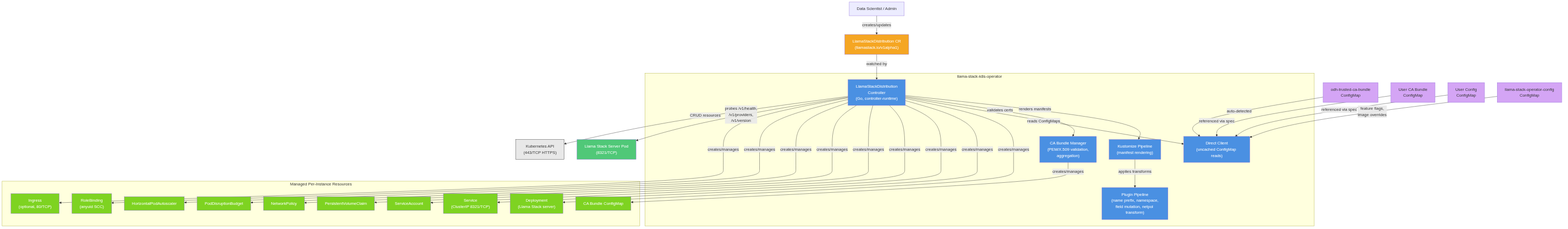
This is architecture/rhoai.next/diagrams/llama-stack-k8s-operator-component.png from rhuss/architecture-context, a Mermaid export, as it was before one commit. Its source is kept beside it as architecture/rhoai.next/diagrams/llama-stack-k8s-operator-component.mmd.
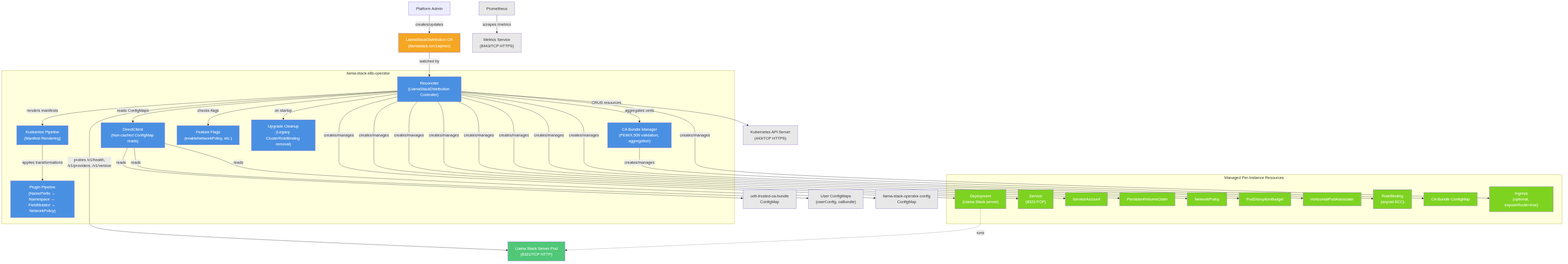
After the change.

Change to the diagram source:
```diff
@@ -1,23 +1,29 @@
 graph TB
     subgraph Operator["llama-stack-k8s-operator"]
-        Controller["LlamaStackDistribution<br/>Controller<br/>(Go, controller-runtime)"]
-        Kustomizer["Kustomize Pipeline<br/>(manifest rendering)"]
-        Plugins["Plugin Pipeline<br/>(name prefix, namespace,<br/>field mutation, netpol transform)"]
-        CAManager["CA Bundle Manager<br/>(PEM/X.509 validation,<br/>aggregation)"]
-        DirectClient["Direct Client<br/>(uncached ConfigMap reads)"]
+        direction TB
+        Controller["Reconciler<br/>(LlamaStackDistribution Controller)"]
+        Kustomizer["Kustomize Pipeline<br/>(Manifest Rendering)"]
+        PluginPipeline["Plugin Pipeline<br/>(NamePrefix → Namespace → FieldMutator → NetworkPolicy)"]
+        DirectClient["DirectClient<br/>(Non-cached ConfigMap reads)"]
+        CABundleMgr["CA Bundle Manager<br/>(PEM/X.509 validation, aggregation)"]
+        FeatureFlags["Feature Flags<br/>(enableNetworkPolicy, etc.)"]
+        UpgradeCleanup["Upgrade Cleanup<br/>(Legacy ClusterRoleBinding removal)"]
 
         Controller -->|renders manifests| Kustomizer
-        Kustomizer -->|applies transforms| Plugins
-        Controller -->|validates certs| CAManager
+        Kustomizer -->|applies transformations| PluginPipeline
         Controller -->|reads ConfigMaps| DirectClient
+        Controller -->|aggregates certs| CABundleMgr
+        Controller -->|checks flags| FeatureFlags
+        Controller -->|on startup| UpgradeCleanup
     end
 
-    User["Data Scientist / Admin"] -->|creates/updates| LSD_CR["LlamaStackDistribution CR<br/>(llamastack.io/v1alpha1)"]
+    User[Platform Admin] -->|creates/updates| LSD_CR["LlamaStackDistribution CR<br/>(llamastack.io/v1alpha1)"]
     LSD_CR -->|watched by| Controller
 
     subgraph ManagedResources["Managed Per-Instance Resources"]
-        Deployment["Deployment<br/>(Llama Stack server)"]
-        Service["Service<br/>(ClusterIP 8321/TCP)"]
+        direction TB
+        Deploy["Deployment<br/>(Llama Stack server)"]
+        Svc["Service<br/>(8321/TCP)"]
         SA["ServiceAccount"]
         PVC["PersistentVolumeClaim"]
         NP["NetworkPolicy"]
@@ -25,36 +31,40 @@
         HPA["HorizontalPodAutoscaler"]
         RB["RoleBinding<br/>(anyuid SCC)"]
         CABundle["CA Bundle ConfigMap"]
-        Ingress["Ingress<br/>(optional, 80/TCP)"]
+        Ingress["Ingress<br/>(optional, exposeRoute=true)"]
     end
 
-    Controller -->|creates/manages| Deployment
-    Controller -->|creates/manages| Service
+    Controller -->|creates/manages| Deploy
+    Controller -->|creates/manages| Svc
     Controller -->|creates/manages| SA
     Controller -->|creates/manages| PVC
     Controller -->|creates/manages| NP
     Controller -->|creates/manages| PDB
     Controller -->|creates/manages| HPA
     Controller -->|creates/manages| RB
-    CAManager -->|creates/manages| CABundle
+    CABundleMgr -->|creates/manages| CABundle
     Controller -->|creates/manages| Ingress
 
-    Controller -->|probes /v1/health,<br/>/v1/providers,<br/>/v1/version| LlamaServer["Llama Stack Server Pod<br/>(8321/TCP)"]
-    Controller -->|CRUD resources| K8sAPI["Kubernetes API<br/>(443/TCP HTTPS)"]
+    Controller -->|probes /v1/health,<br/>/v1/providers, /v1/version| LlamaServer["Llama Stack Server Pod<br/>(8321/TCP HTTP)"]
+    Deploy -.->|runs| LlamaServer
 
-    ODHTrustCA["odh-trusted-ca-bundle<br/>ConfigMap"] -->|auto-detected| DirectClient
-    UserCA["User CA Bundle<br/>ConfigMap"] -->|referenced via spec| DirectClient
-    UserConfig["User Config<br/>ConfigMap"] -->|referenced via spec| DirectClient
-    OperatorConfig["llama-stack-operator-config<br/>ConfigMap"] -->|feature flags,<br/>image overrides| DirectClient
+    Controller -->|CRUD resources| K8sAPI["Kubernetes API Server<br/>(443/TCP HTTPS)"]
+    DirectClient -->|reads| ODHTrustedCA["odh-trusted-ca-bundle<br/>ConfigMap"]
+    DirectClient -->|reads| UserConfig["User ConfigMaps<br/>(userConfig, caBundle)"]
+    DirectClient -->|reads| OperatorConfig["llama-stack-operator-config<br/>ConfigMap"]
+
+    Prometheus["Prometheus"] -->|scrapes /metrics| MetricsSvc["Metrics Service<br/>(8443/TCP HTTPS)"]
 
     style Controller fill:#4a90e2,color:#fff
     style Kustomizer fill:#4a90e2,color:#fff
-    style Plugins fill:#4a90e2,color:#fff
-    style CAManager fill:#4a90e2,color:#fff
+    style PluginPipeline fill:#4a90e2,color:#fff
     style DirectClient fill:#4a90e2,color:#fff
+    style CABundleMgr fill:#4a90e2,color:#fff
+    style FeatureFlags fill:#4a90e2,color:#fff
+    style UpgradeCleanup fill:#4a90e2,color:#fff
     style LSD_CR fill:#f5a623,color:#fff
-    style Deployment fill:#7ed321,color:#fff
-    style Service fill:#7ed321,color:#fff
+    style Deploy fill:#7ed321,color:#fff
+    style Svc fill:#7ed321,color:#fff
     style SA fill:#7ed321,color:#fff
     style PVC fill:#7ed321,color:#fff
     style NP fill:#7ed321,color:#fff
@@ -64,8 +74,9 @@
     style CABundle fill:#7ed321,color:#fff
     style Ingress fill:#7ed321,color:#fff
     style LlamaServer fill:#50c878,color:#fff
-    style K8sAPI fill:#e8e8e8,stroke:#333
-    style ODHTrustCA fill:#d4a5f5,color:#333
-    style UserCA fill:#d4a5f5,color:#333
-    style UserConfig fill:#d4a5f5,color:#333
-    style OperatorConfig fill:#d4a5f5,color:#333
+    style K8sAPI fill:#e8e8e8
+    style ODHTrustedCA fill:#e8e8e8
+    style UserConfig fill:#e8e8e8
+    style OperatorConfig fill:#e8e8e8
+    style Prometheus fill:#e8e8e8
+    style MetricsSvc fill:#e8e8e8
```
